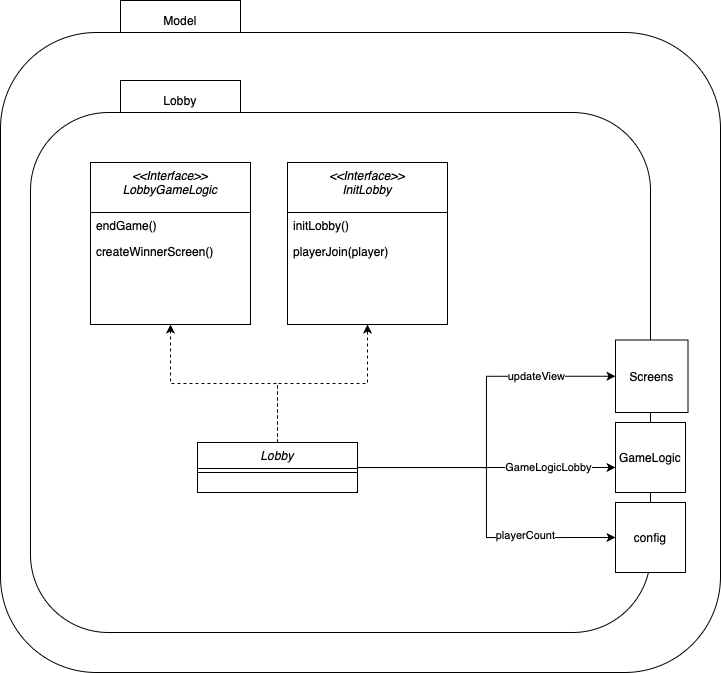
This is doku-game/Lobby-classDiagramm.png from PrismFox/tron-game, a draw.io export, as it was before one commit. Source tidied: cells renumbered, new cells last; positions are measured from the earlier drawing's top-left corner, leaving out a move shared by most shapes. The source it was exported from:
```xml
<mxGraphModel>
  <root>
    <mxCell id="0" />
    <mxCell id="1" parent="0" />
    <mxCell id="2" value="Model" style="rounded=1;whiteSpace=wrap;html=1;arcSize=0;" parent="1" vertex="1">
      <mxGeometry x="120" width="120" height="40" as="geometry" />
    </mxCell>
    <mxCell id="3" style="rounded=1;whiteSpace=wrap;html=1;" parent="1" vertex="1">
      <mxGeometry y="32" width="720" height="640" as="geometry" />
    </mxCell>
    <mxCell id="4" value="Lobby" style="rounded=1;whiteSpace=wrap;html=1;arcSize=0;" parent="1" vertex="1">
      <mxGeometry x="120" y="80" width="120" height="40" as="geometry" />
    </mxCell>
    <mxCell id="5" style="rounded=1;whiteSpace=wrap;html=1;" parent="1" vertex="1">
      <mxGeometry x="30" y="112" width="620" height="520" as="geometry" />
    </mxCell>
    <mxCell id="6" style="edgeStyle=orthogonalEdgeStyle;rounded=0;jettySize=auto;html=1;entryX=0.5;entryY=1;entryDx=0;entryDy=0;dashed=1;" parent="1" edge="1" source="14" target="19">
      <mxGeometry relative="1" as="geometry" />
    </mxCell>
    <mxCell id="7" style="edgeStyle=orthogonalEdgeStyle;rounded=0;jettySize=auto;html=1;entryX=0.5;entryY=1;entryDx=0;entryDy=0;dashed=1;" parent="1" edge="1" source="14" target="16">
      <mxGeometry relative="1" as="geometry" />
    </mxCell>
    <mxCell id="8" style="edgeStyle=orthogonalEdgeStyle;rounded=0;jettySize=auto;html=1;entryX=0;entryY=0.5;entryDx=0;entryDy=0;" parent="1" edge="1" source="14" target="22">
      <mxGeometry relative="1" as="geometry" />
    </mxCell>
    <mxCell id="9" value="updateView" style="edgeLabel;html=1;align=center;verticalAlign=middle;" parent="8" vertex="1">
      <mxGeometry x="0.43" y="-1" relative="1" as="geometry">
        <mxPoint x="21" y="-1" as="offset" />
      </mxGeometry>
    </mxCell>
    <mxCell id="10" style="edgeStyle=orthogonalEdgeStyle;rounded=0;jettySize=auto;html=1;entryX=0;entryY=0.5;entryDx=0;entryDy=0;" parent="1" edge="1" source="14" target="23">
      <mxGeometry relative="1" as="geometry" />
    </mxCell>
    <mxCell id="11" value="playerCount" style="edgeLabel;html=1;align=center;verticalAlign=middle;" parent="10" vertex="1">
      <mxGeometry x="0.45" y="2" relative="1" as="geometry" />
    </mxCell>
    <mxCell id="12" style="edgeStyle=orthogonalEdgeStyle;rounded=0;jettySize=auto;html=1;entryX=0;entryY=0.643;entryDx=0;entryDy=0;entryPerimeter=0;" parent="1" edge="1" source="14" target="24">
      <mxGeometry relative="1" as="geometry" />
    </mxCell>
    <mxCell id="13" value="GameLogicLobby" style="edgeLabel;html=1;align=center;verticalAlign=middle;" parent="12" vertex="1">
      <mxGeometry x="0.65" y="-1" relative="1" as="geometry">
        <mxPoint x="-22" y="-1" as="offset" />
      </mxGeometry>
    </mxCell>
    <mxCell id="14" value="Lobby" style="swimlane;fontStyle=2;align=center;verticalAlign=top;horizontal=1;startSize=26;rounded=0;shadow=0;strokeWidth=1;" parent="1" vertex="1">
      <mxGeometry x="197" y="442" width="160" height="50" as="geometry" />
    </mxCell>
    <mxCell id="15" style="line;html=1;strokeWidth=1;align=left;verticalAlign=middle;spacingTop=-1;spacingLeft=3;spacingRight=3;labelPosition=right;" parent="14" vertex="1">
      <mxGeometry y="26" width="160" height="8" as="geometry" />
    </mxCell>
    <mxCell id="16" value="&lt;&lt;Interface&gt;&gt;&#10;LobbyGameLogic" style="swimlane;fontStyle=2;align=center;verticalAlign=top;horizontal=1;startSize=50;rounded=0;shadow=0;strokeWidth=1;" parent="1" vertex="1">
      <mxGeometry x="90" y="162" width="160" height="162" as="geometry" />
    </mxCell>
    <mxCell id="17" value="endGame()" style="text;align=left;verticalAlign=top;spacingLeft=4;spacingRight=4;overflow=hidden;" parent="16" vertex="1">
      <mxGeometry y="50" width="160" height="26" as="geometry" />
    </mxCell>
    <mxCell id="18" value="createWinnerScreen()" style="text;align=left;verticalAlign=top;spacingLeft=4;spacingRight=4;overflow=hidden;" parent="16" vertex="1">
      <mxGeometry y="76" width="160" height="26" as="geometry" />
    </mxCell>
    <mxCell id="19" value="&lt;&lt;Interface&gt;&gt;&#10;InitLobby" style="swimlane;fontStyle=2;align=center;verticalAlign=top;horizontal=1;startSize=50;rounded=0;shadow=0;strokeWidth=1;" parent="1" vertex="1">
      <mxGeometry x="287" y="162" width="160" height="162" as="geometry" />
    </mxCell>
    <mxCell id="20" value="initLobby()" style="text;align=left;verticalAlign=top;spacingLeft=4;spacingRight=4;overflow=hidden;" parent="19" vertex="1">
      <mxGeometry y="50" width="160" height="26" as="geometry" />
    </mxCell>
    <mxCell id="21" value="playerJoin(player)" style="text;align=left;verticalAlign=top;spacingLeft=4;spacingRight=4;overflow=hidden;" parent="19" vertex="1">
      <mxGeometry y="76" width="160" height="26" as="geometry" />
    </mxCell>
    <mxCell id="22" value="Screens" style="whiteSpace=wrap;html=1;" parent="1" vertex="1">
      <mxGeometry x="615" y="339.5" width="72.5" height="72.5" as="geometry" />
    </mxCell>
    <mxCell id="23" value="config" style="whiteSpace=wrap;html=1;" parent="1" vertex="1">
      <mxGeometry x="615" y="502" width="70" height="70" as="geometry" />
    </mxCell>
    <mxCell id="24" value="GameLogic" style="whiteSpace=wrap;html=1;" parent="1" vertex="1">
      <mxGeometry x="615" y="422" width="70" height="70" as="geometry" />
    </mxCell>
  </root>
</mxGraphModel>
```
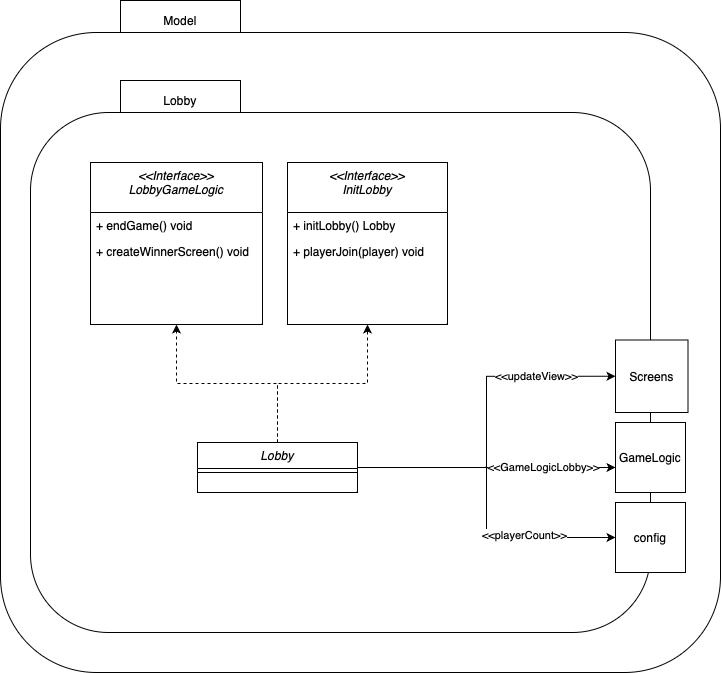
The same diagram one commit later.

The edit, as a diff of the source:
```diff
@@ -23,7 +23,7 @@
     <mxCell id="8" style="edgeStyle=orthogonalEdgeStyle;rounded=0;jettySize=auto;html=1;entryX=0;entryY=0.5;entryDx=0;entryDy=0;" parent="1" edge="1" source="14" target="22">
       <mxGeometry relative="1" as="geometry" />
     </mxCell>
-    <mxCell id="9" value="updateView" style="edgeLabel;html=1;align=center;verticalAlign=middle;" parent="8" vertex="1">
+    <mxCell id="9" value="&amp;lt;&amp;lt;updateView&amp;gt;&amp;gt;" style="edgeLabel;html=1;align=center;verticalAlign=middle;" parent="8" vertex="1">
       <mxGeometry x="0.43" y="-1" relative="1" as="geometry">
         <mxPoint x="21" y="-1" as="offset" />
       </mxGeometry>
@@ -31,15 +31,15 @@
     <mxCell id="10" style="edgeStyle=orthogonalEdgeStyle;rounded=0;jettySize=auto;html=1;entryX=0;entryY=0.5;entryDx=0;entryDy=0;" parent="1" edge="1" source="14" target="23">
       <mxGeometry relative="1" as="geometry" />
     </mxCell>
-    <mxCell id="11" value="playerCount" style="edgeLabel;html=1;align=center;verticalAlign=middle;" parent="10" vertex="1">
+    <mxCell id="11" value="&amp;lt;&amp;lt;playerCount&amp;gt;&amp;gt;" style="edgeLabel;html=1;align=center;verticalAlign=middle;" parent="10" vertex="1">
       <mxGeometry x="0.45" y="2" relative="1" as="geometry" />
     </mxCell>
     <mxCell id="12" style="edgeStyle=orthogonalEdgeStyle;rounded=0;jettySize=auto;html=1;entryX=0;entryY=0.643;entryDx=0;entryDy=0;entryPerimeter=0;" parent="1" edge="1" source="14" target="24">
       <mxGeometry relative="1" as="geometry" />
     </mxCell>
-    <mxCell id="13" value="GameLogicLobby" style="edgeLabel;html=1;align=center;verticalAlign=middle;" parent="12" vertex="1">
+    <mxCell id="13" value="&amp;lt;&amp;lt;GameLogicLobby&amp;gt;&amp;gt;" style="edgeLabel;html=1;align=center;verticalAlign=middle;" parent="12" vertex="1">
       <mxGeometry x="0.65" y="-1" relative="1" as="geometry">
-        <mxPoint x="-22" y="-1" as="offset" />
+        <mxPoint x="-28" y="-1" as="offset" />
       </mxGeometry>
     </mxCell>
     <mxCell id="14" value="Lobby" style="swimlane;fontStyle=2;align=center;verticalAlign=top;horizontal=1;startSize=26;rounded=0;shadow=0;strokeWidth=1;" parent="1" vertex="1">
@@ -49,21 +49,21 @@
       <mxGeometry y="26" width="160" height="8" as="geometry" />
     </mxCell>
     <mxCell id="16" value="&lt;&lt;Interface&gt;&gt;&#10;LobbyGameLogic" style="swimlane;fontStyle=2;align=center;verticalAlign=top;horizontal=1;startSize=50;rounded=0;shadow=0;strokeWidth=1;" parent="1" vertex="1">
-      <mxGeometry x="90" y="162" width="160" height="162" as="geometry" />
+      <mxGeometry x="90" y="162" width="172" height="162" as="geometry" />
     </mxCell>
-    <mxCell id="17" value="endGame()" style="text;align=left;verticalAlign=top;spacingLeft=4;spacingRight=4;overflow=hidden;" parent="16" vertex="1">
-      <mxGeometry y="50" width="160" height="26" as="geometry" />
+    <mxCell id="17" value="+ endGame() void" style="text;align=left;verticalAlign=top;spacingLeft=4;spacingRight=4;overflow=hidden;" parent="16" vertex="1">
+      <mxGeometry y="50" width="172" height="26" as="geometry" />
     </mxCell>
-    <mxCell id="18" value="createWinnerScreen()" style="text;align=left;verticalAlign=top;spacingLeft=4;spacingRight=4;overflow=hidden;" parent="16" vertex="1">
-      <mxGeometry y="76" width="160" height="26" as="geometry" />
+    <mxCell id="18" value="+ createWinnerScreen() void" style="text;align=left;verticalAlign=top;spacingLeft=4;spacingRight=4;overflow=hidden;" parent="16" vertex="1">
+      <mxGeometry y="76" width="172" height="26" as="geometry" />
     </mxCell>
     <mxCell id="19" value="&lt;&lt;Interface&gt;&gt;&#10;InitLobby" style="swimlane;fontStyle=2;align=center;verticalAlign=top;horizontal=1;startSize=50;rounded=0;shadow=0;strokeWidth=1;" parent="1" vertex="1">
       <mxGeometry x="287" y="162" width="160" height="162" as="geometry" />
     </mxCell>
-    <mxCell id="20" value="initLobby()" style="text;align=left;verticalAlign=top;spacingLeft=4;spacingRight=4;overflow=hidden;" parent="19" vertex="1">
+    <mxCell id="20" value="+ initLobby() Lobby" style="text;align=left;verticalAlign=top;spacingLeft=4;spacingRight=4;overflow=hidden;" parent="19" vertex="1">
       <mxGeometry y="50" width="160" height="26" as="geometry" />
     </mxCell>
-    <mxCell id="21" value="playerJoin(player)" style="text;align=left;verticalAlign=top;spacingLeft=4;spacingRight=4;overflow=hidden;" parent="19" vertex="1">
+    <mxCell id="21" value="+ playerJoin(player) void" style="text;align=left;verticalAlign=top;spacingLeft=4;spacingRight=4;overflow=hidden;" parent="19" vertex="1">
       <mxGeometry y="76" width="160" height="26" as="geometry" />
     </mxCell>
     <mxCell id="22" value="Screens" style="whiteSpace=wrap;html=1;" parent="1" vertex="1">
```
